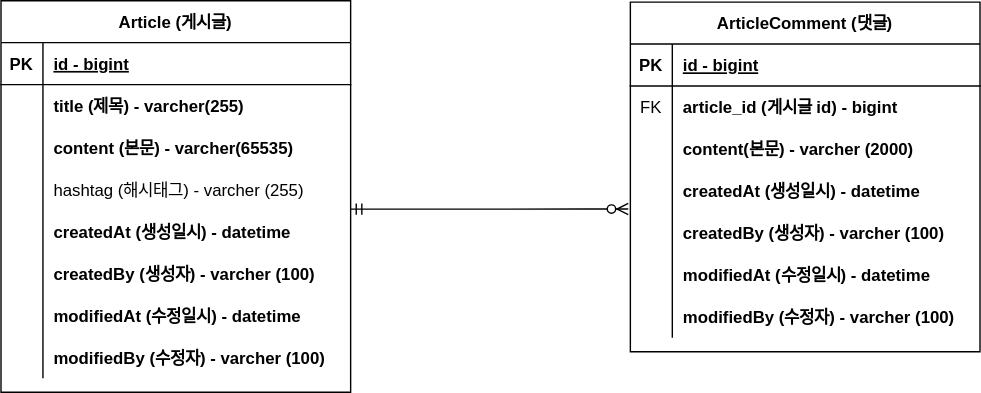
dooyong2/solo-project-board keeps this draw.io diagram as document/project-board-erd.svg. Above is the earlier version. Source tidied: cells renumbered, new cells last; positions are measured from the earlier drawing's top-left corner, leaving out a move shared by most shapes.
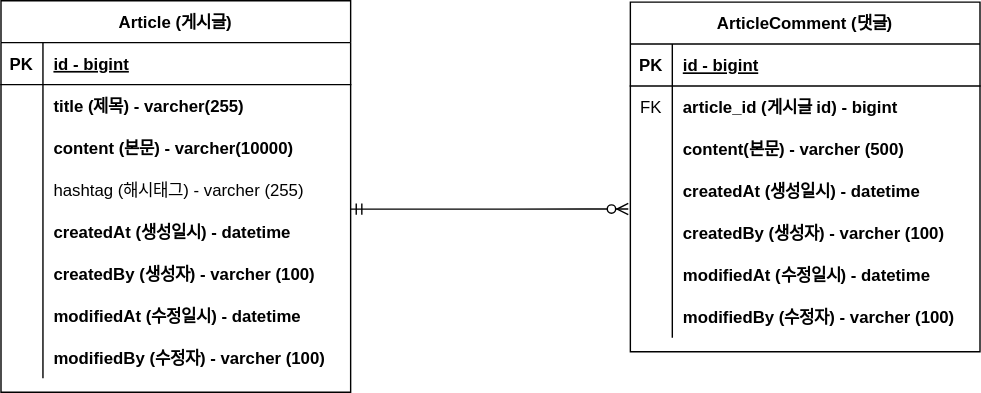
After the commit.

Commit message:
#9 - erd 업데이터 : content 사이즈 변경

What changed in the source:
```diff
@@ -29,7 +29,7 @@
     <mxCell id="10" style="shape=partialRectangle;overflow=hidden;fillColor=none;top=0;left=0;bottom=0;right=0;" parent="9" vertex="1">
       <mxGeometry width="30" height="30" as="geometry" />
     </mxCell>
-    <mxCell id="11" value="content (본문) - varcher(65535)" style="shape=partialRectangle;overflow=hidden;fillColor=none;top=0;left=0;bottom=0;right=0;align=left;spacingLeft=6;fontStyle=1;" parent="9" vertex="1">
+    <mxCell id="11" value="content (본문) - varcher(10000)" style="shape=partialRectangle;overflow=hidden;fillColor=none;top=0;left=0;bottom=0;right=0;align=left;spacingLeft=6;fontStyle=1;" parent="9" vertex="1">
       <mxGeometry x="30" width="220" height="30" as="geometry" />
     </mxCell>
     <mxCell id="12" style="shape=partialRectangle;fillColor=none;points=[[0,0.5],[1,0.5]];portConstraint=eastwest;top=0;left=0;right=0;bottom=0;" parent="2" vertex="1">
@@ -104,7 +104,7 @@
     <mxCell id="35" style="shape=partialRectangle;overflow=hidden;fillColor=none;top=0;left=0;bottom=0;right=0;" parent="34" vertex="1">
       <mxGeometry width="30" height="30" as="geometry" />
     </mxCell>
-    <mxCell id="36" value="content(본문) - varcher (2000)" style="shape=partialRectangle;overflow=hidden;fillColor=none;top=0;left=0;bottom=0;right=0;align=left;spacingLeft=6;fontStyle=1;" parent="34" vertex="1">
+    <mxCell id="36" value="content(본문) - varcher (500)" style="shape=partialRectangle;overflow=hidden;fillColor=none;top=0;left=0;bottom=0;right=0;align=left;spacingLeft=6;fontStyle=1;" parent="34" vertex="1">
       <mxGeometry x="30" width="220" height="30" as="geometry" />
     </mxCell>
     <mxCell id="37" style="shape=partialRectangle;fillColor=none;points=[[0,0.5],[1,0.5]];portConstraint=eastwest;top=0;left=0;right=0;bottom=0;" parent="27" vertex="1">
```
